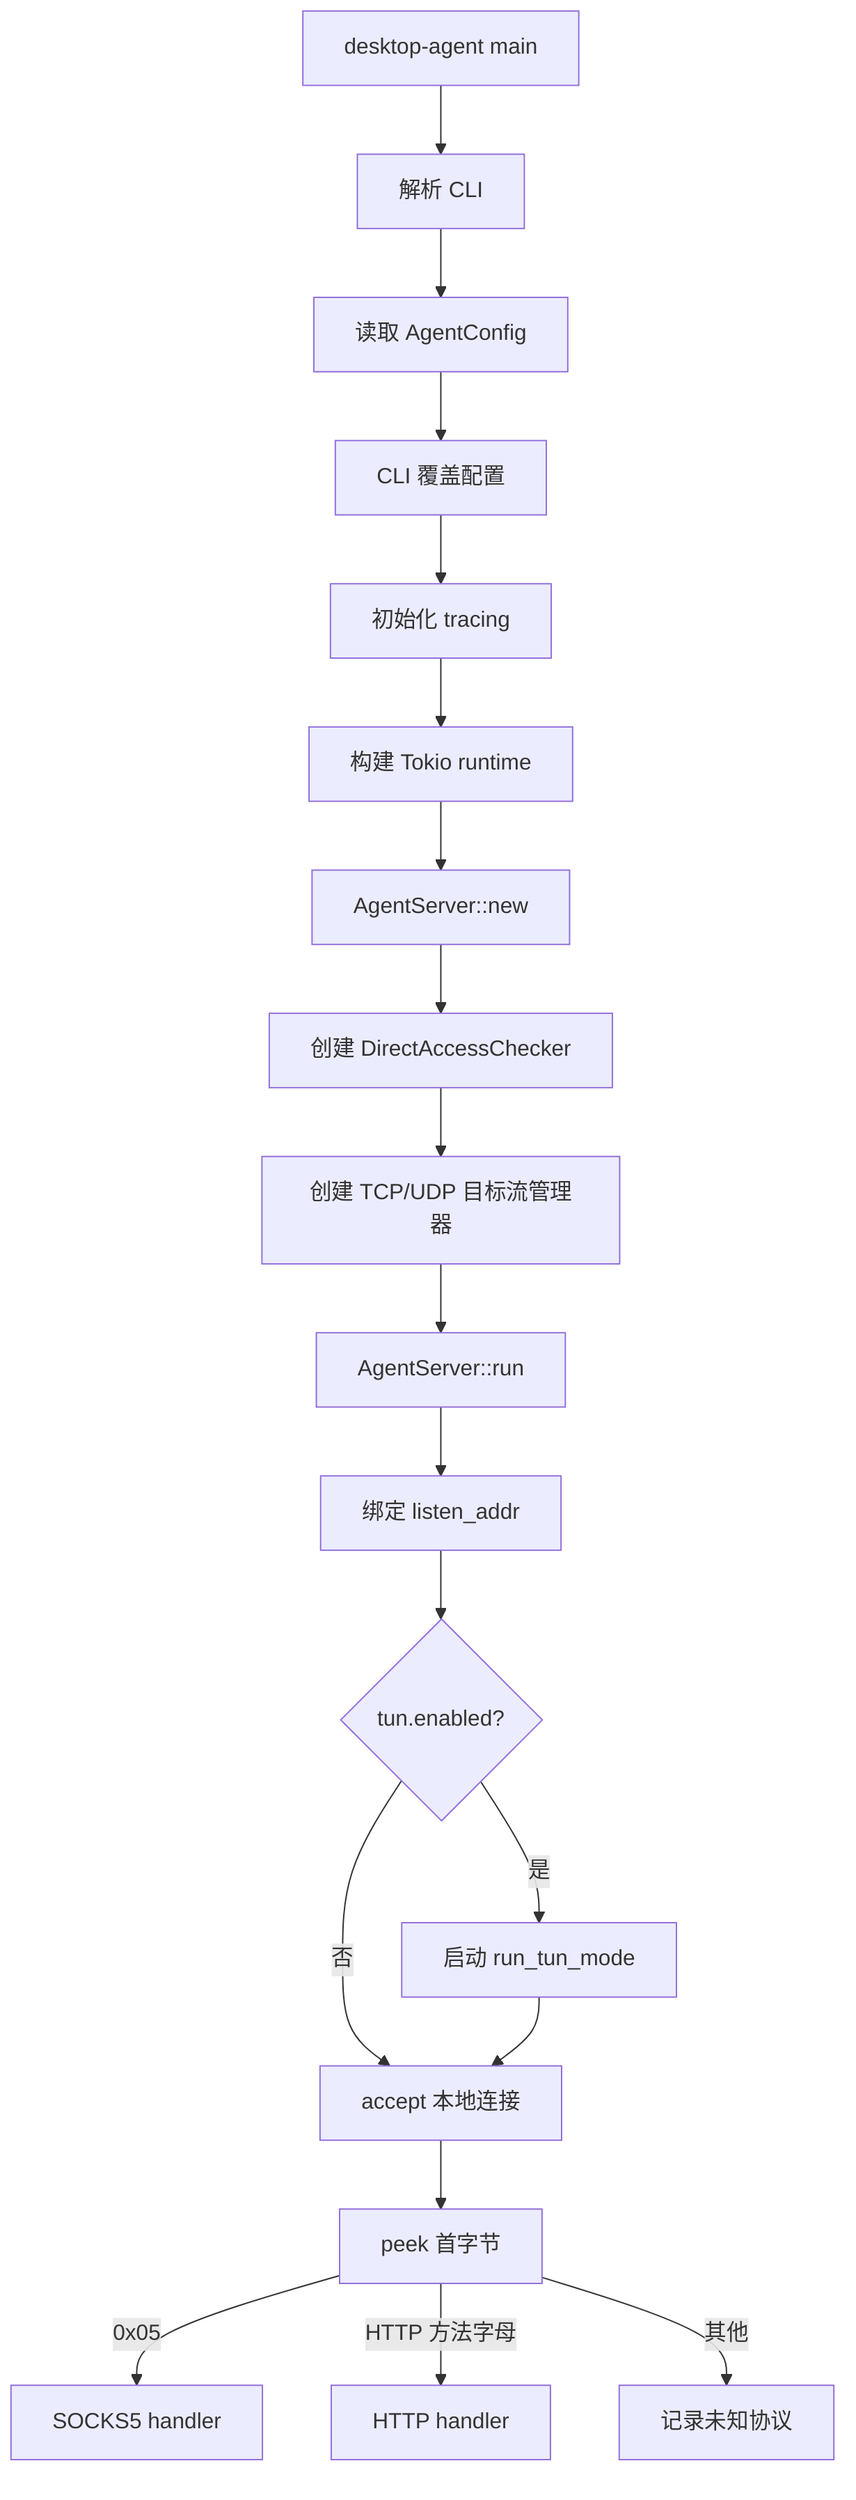
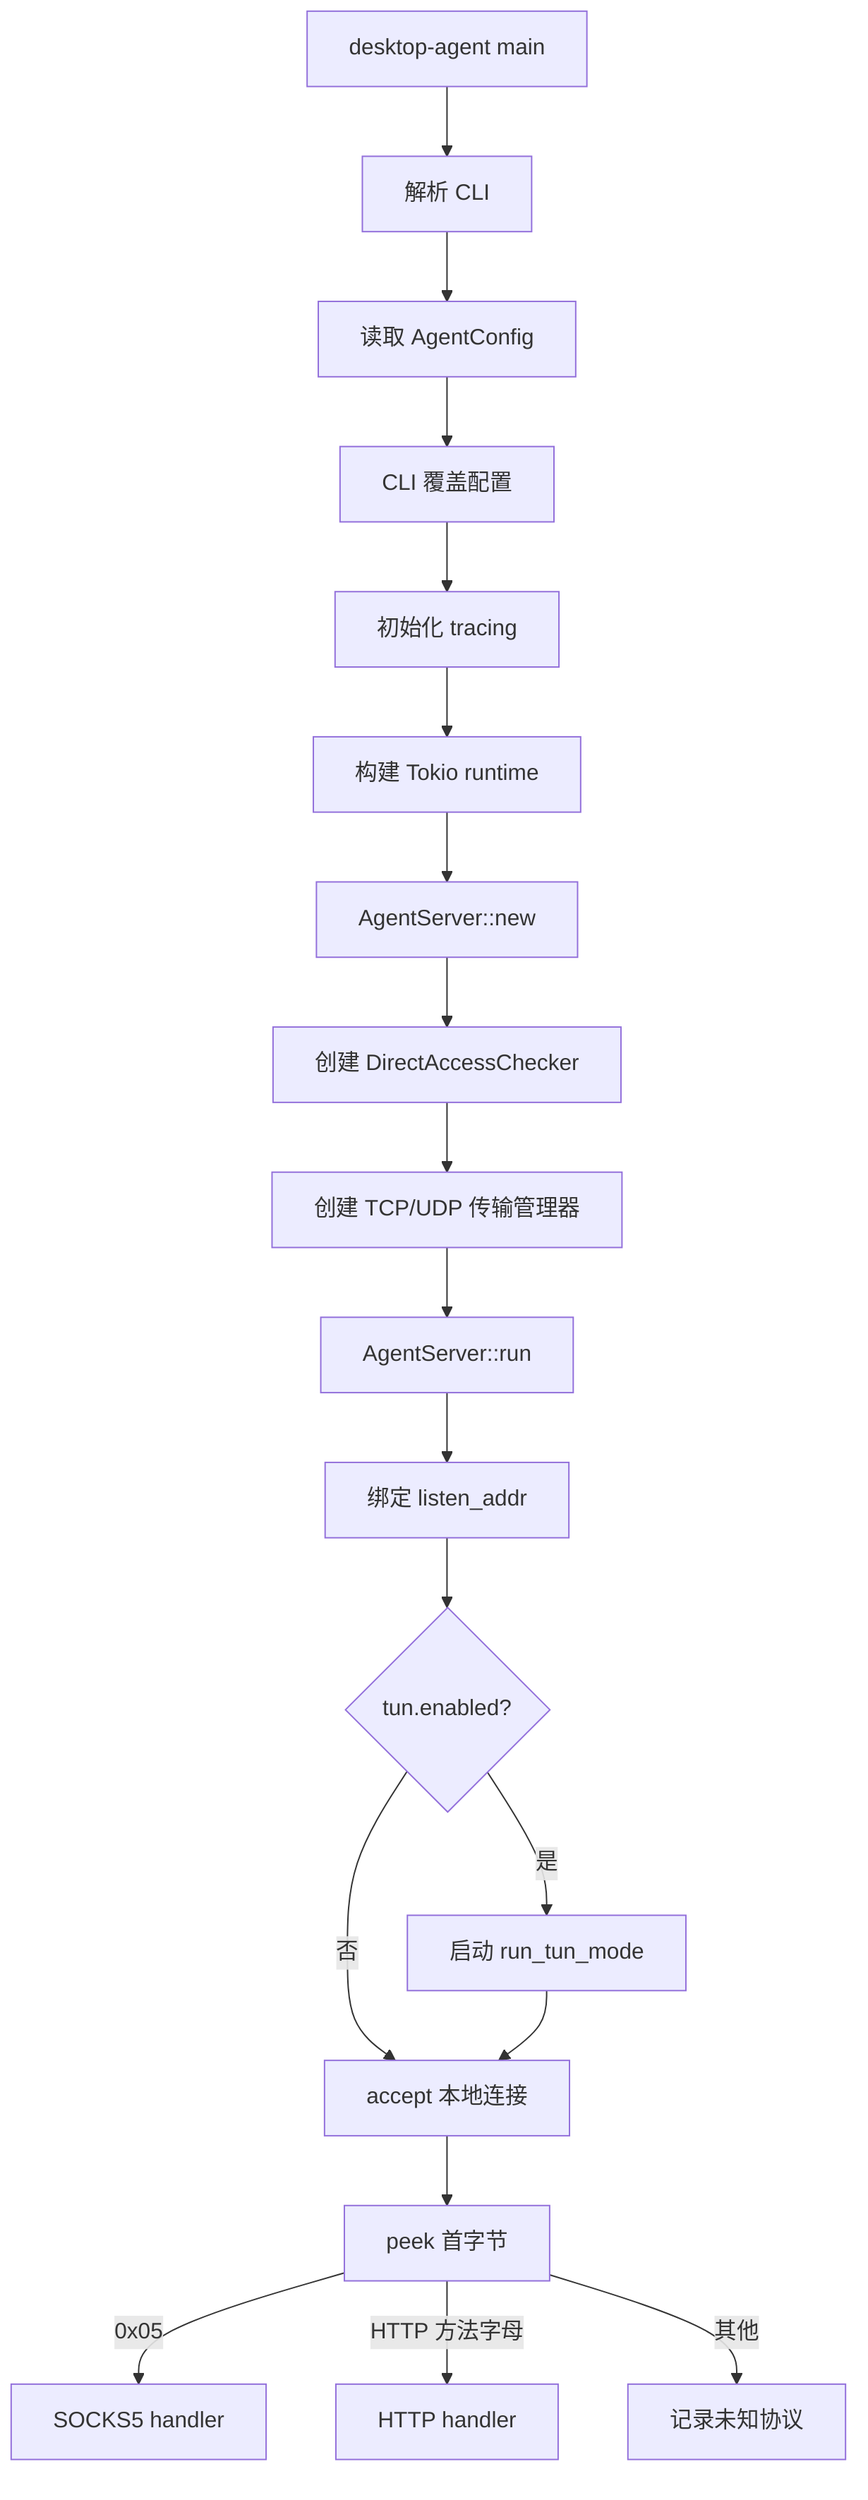
flowchart TD
    A["desktop-agent main"] --> B["解析 CLI"]
    B --> C["读取 AgentConfig"]
    C --> D["CLI 覆盖配置"]
    D --> E["初始化 tracing"]
    E --> F["构建 Tokio runtime"]
    F --> G["AgentServer::new"]
    G --> H["创建 DirectAccessChecker"]
-     H --> I["创建 TCP/UDP 目标流管理器"]
+     H --> I["创建 TCP/UDP 传输管理器"]
    I --> J["AgentServer::run"]
    J --> K["绑定 listen_addr"]
    K --> L{"tun.enabled?"}
    L -->|"否"| O["accept 本地连接"]
    L -->|"是"| N["启动 run_tun_mode"]
    N --> O
    O --> P["peek 首字节"]
    P -->|"0x05"| Q["SOCKS5 handler"]
    P -->|"HTTP 方法字母"| R["HTTP handler"]
    P -->|"其他"| S["记录未知协议"]
